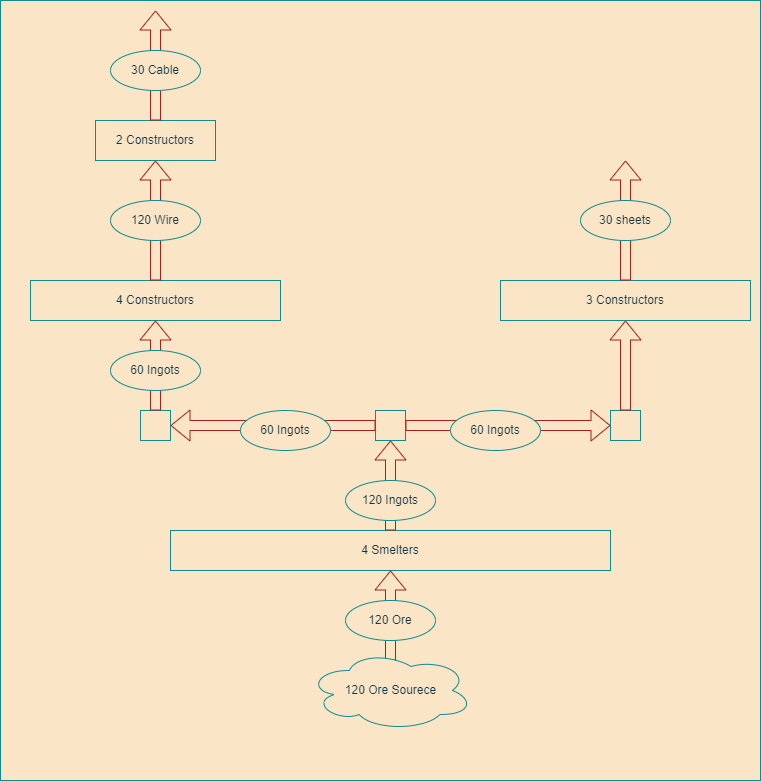
Earlier version of the draw.io export copper.drawio.png (nlarsen31/Factories). Source tidied: cells renumbered, new cells last; positions are measured from the earlier drawing's top-left corner, leaving out a move shared by most shapes.
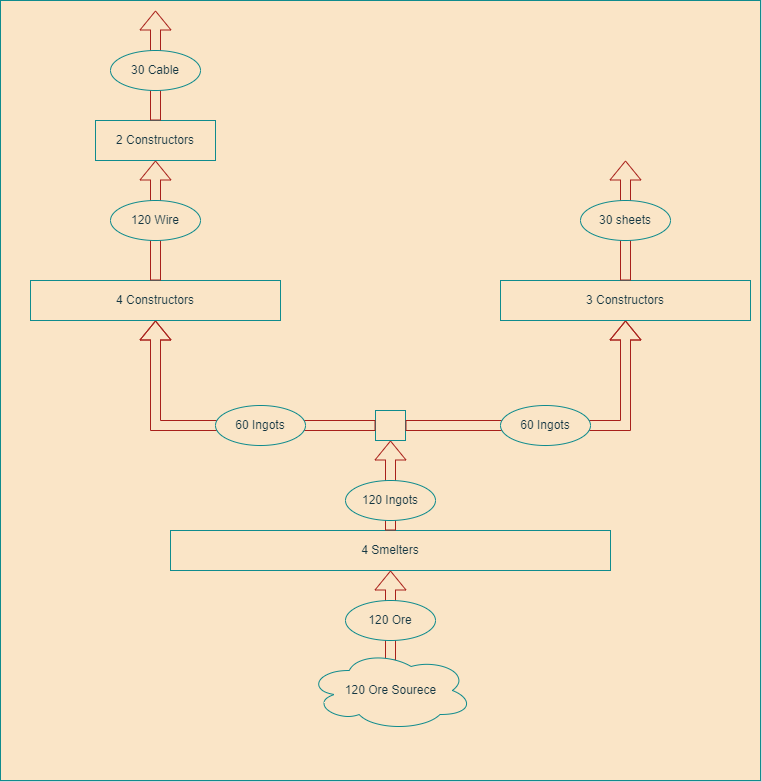
Above is the later version.

The edit, as a diff of the source:
```diff
@@ -27,37 +27,29 @@
     <mxCell id="8" style="whiteSpace=wrap;html=1;direction=south;fillColor=#FAE5C7;strokeColor=#0F8B8D;fontColor=#143642;" parent="1" vertex="1">
       <mxGeometry x="375" y="410" width="30" height="30" as="geometry" />
     </mxCell>
-    <mxCell id="9" style="shape=flexArrow;endArrow=classic;html=1;rounded=0;exitX=0.5;exitY=1;exitDx=0;exitDy=0;labelBackgroundColor=#DAD2D8;strokeColor=#A8201A;fontColor=#143642;" parent="1" edge="1" source="8">
+    <mxCell id="9" style="shape=flexArrow;endArrow=classic;html=1;rounded=0;exitX=0.5;exitY=1;exitDx=0;exitDy=0;labelBackgroundColor=#DAD2D8;strokeColor=#A8201A;fontColor=#143642;entryX=0.5;entryY=1;entryDx=0;entryDy=0;" parent="1" edge="1" source="8" target="15">
       <mxGeometry relative="1" as="geometry">
-        <mxPoint x="170" y="425" as="targetPoint" />
+        <Array as="points">
+          <mxPoint x="155" y="425" />
+        </Array>
       </mxGeometry>
     </mxCell>
-    <mxCell id="10" style="shape=flexArrow;endArrow=classic;html=1;rounded=0;labelBackgroundColor=#DAD2D8;strokeColor=#A8201A;fontColor=#143642;" parent="1" edge="1" source="8">
+    <mxCell id="10" style="shape=flexArrow;endArrow=classic;html=1;rounded=0;labelBackgroundColor=#DAD2D8;strokeColor=#A8201A;fontColor=#143642;entryX=0.5;entryY=1;entryDx=0;entryDy=0;" parent="1" edge="1" source="8" target="23">
       <mxGeometry relative="1" as="geometry">
-        <mxPoint x="610" y="425" as="targetPoint" />
+        <Array as="points">
+          <mxPoint x="625" y="425" />
+        </Array>
       </mxGeometry>
     </mxCell>
-    <mxCell id="11" style="whiteSpace=wrap;html=1;direction=south;fillColor=#FAE5C7;strokeColor=#0F8B8D;fontColor=#143642;" parent="1" vertex="1">
-      <mxGeometry x="140" y="410" width="30" height="30" as="geometry" />
-    </mxCell>
-    <mxCell id="12" style="whiteSpace=wrap;html=1;direction=south;fillColor=#FAE5C7;strokeColor=#0F8B8D;fontColor=#143642;" parent="1" vertex="1">
-      <mxGeometry x="610" y="410" width="30" height="30" as="geometry" />
-    </mxCell>
     <mxCell id="13" value="60 Ingots" style="ellipse;whiteSpace=wrap;html=1;fillColor=#FAE5C7;strokeColor=#0F8B8D;fontColor=#143642;" parent="1" vertex="1">
-      <mxGeometry x="240" y="410" width="90" height="40" as="geometry" />
+      <mxGeometry x="215" y="405" width="90" height="40" as="geometry" />
     </mxCell>
     <mxCell id="14" value="60 Ingots" style="ellipse;whiteSpace=wrap;html=1;fillColor=#FAE5C7;strokeColor=#0F8B8D;fontColor=#143642;" parent="1" vertex="1">
-      <mxGeometry x="450" y="410" width="90" height="40" as="geometry" />
+      <mxGeometry x="500" y="405" width="90" height="40" as="geometry" />
     </mxCell>
     <mxCell id="15" value="4 Constructors" style="rounded=0;whiteSpace=wrap;html=1;fillColor=#FAE5C7;strokeColor=#0F8B8D;fontColor=#143642;" parent="1" vertex="1">
       <mxGeometry x="30" y="280" width="250" height="40" as="geometry" />
     </mxCell>
-    <mxCell id="16" style="shape=flexArrow;endArrow=classic;html=1;rounded=0;exitX=0;exitY=0.5;exitDx=0;exitDy=0;entryX=0.5;entryY=1;entryDx=0;entryDy=0;labelBackgroundColor=#DAD2D8;strokeColor=#A8201A;fontColor=#143642;" parent="1" edge="1" source="11" target="15">
-      <mxGeometry relative="1" as="geometry" />
-    </mxCell>
-    <mxCell id="17" value="60 Ingots" style="ellipse;whiteSpace=wrap;html=1;fillColor=#FAE5C7;strokeColor=#0F8B8D;fontColor=#143642;" parent="1" vertex="1">
-      <mxGeometry x="110" y="350" width="90" height="40" as="geometry" />
-    </mxCell>
     <mxCell id="18" style="shape=flexArrow;endArrow=classic;html=1;rounded=0;exitX=0.5;exitY=0;exitDx=0;exitDy=0;labelBackgroundColor=#DAD2D8;strokeColor=#A8201A;fontColor=#143642;" parent="1" edge="1" source="15">
       <mxGeometry relative="1" as="geometry">
         <mxPoint x="155" y="160" as="targetPoint" />
@@ -80,9 +72,6 @@
     <mxCell id="23" value="3 Constructors" style="rounded=0;whiteSpace=wrap;html=1;fillColor=#FAE5C7;strokeColor=#0F8B8D;fontColor=#143642;" parent="1" vertex="1">
       <mxGeometry x="500" y="280" width="250" height="40" as="geometry" />
     </mxCell>
-    <mxCell id="24" style="shape=flexArrow;endArrow=classic;html=1;rounded=0;exitX=0;exitY=0.5;exitDx=0;exitDy=0;entryX=0.5;entryY=1;entryDx=0;entryDy=0;labelBackgroundColor=#DAD2D8;strokeColor=#A8201A;fontColor=#143642;" parent="1" edge="1" source="12" target="23">
-      <mxGeometry relative="1" as="geometry" />
-    </mxCell>
     <mxCell id="25" style="shape=flexArrow;endArrow=classic;html=1;rounded=0;exitX=0.5;exitY=0;exitDx=0;exitDy=0;labelBackgroundColor=#DAD2D8;strokeColor=#A8201A;fontColor=#143642;" parent="1" edge="1" source="23">
       <mxGeometry relative="1" as="geometry">
         <mxPoint x="625" y="160" as="targetPoint" />
```
